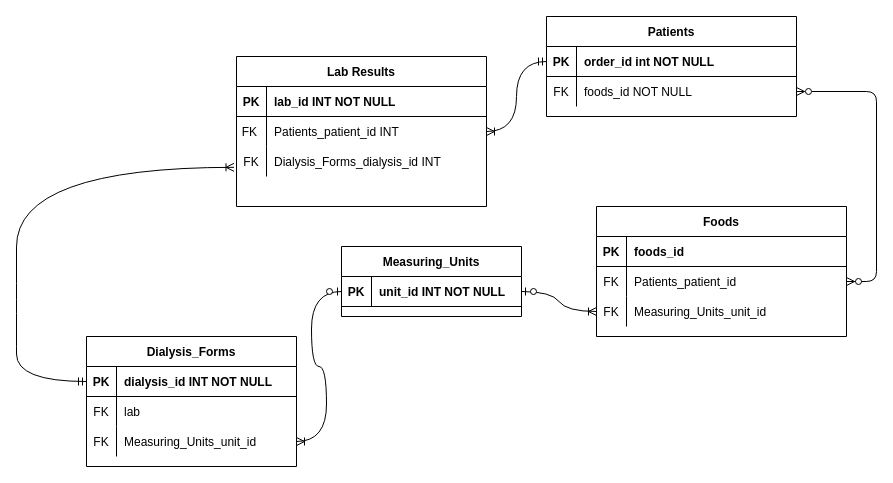
dedenny/Database-Portfolio-My-Kidney-Nutrition-Tracker-Application keeps this draw.io diagram as ER diagram.drawio. Above is the earlier version. Source tidied: cells renumbered, new cells numbered last; positions are measured from the earlier drawing's top-left corner, leaving out a move shared by most shapes. Both pictures are drawn from the tidied source at 100%, with x=0, y=0 at pixel (16, 16).
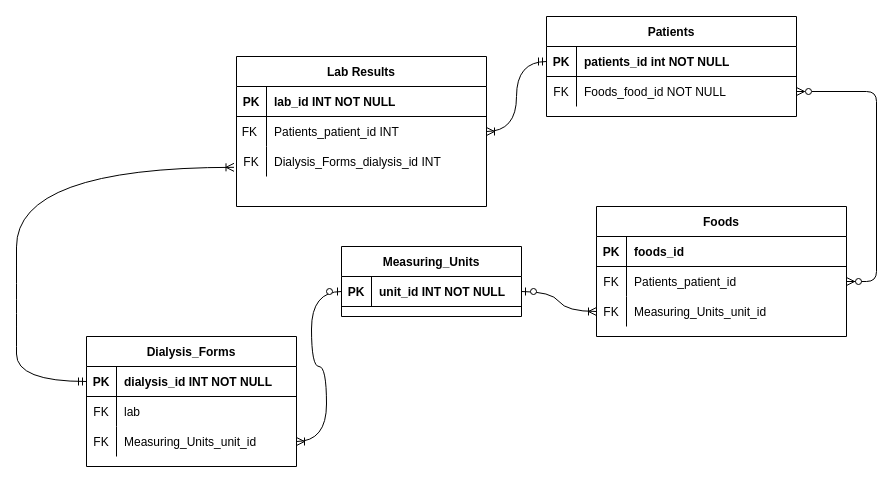
Above is the later version.

Unchanged cells that the change refers to:
```xml
<mxCell id="4" style="shape=partialRectangle;fillColor=none;points=[[0,0.5],[1,0.5]];portConstraint=eastwest;top=0;left=0;right=0;bottom=1;" parent="3" vertex="1">
  <mxGeometry y="30" width="250" height="30" as="geometry" />
</mxCell>
<mxCell id="7" style="shape=partialRectangle;fillColor=none;points=[[0,0.5],[1,0.5]];portConstraint=eastwest;top=0;left=0;right=0;bottom=0;" parent="3" vertex="1">
  <mxGeometry y="60" width="250" height="30" as="geometry" />
</mxCell>
```

Diff of the diagram source:
```diff
@@
-    <mxCell id="6" value="order_id int NOT NULL " style="shape=partialRectangle;overflow=hidden;fillColor=none;top=0;left=0;bottom=0;right=0;align=left;spacingLeft=6;fontStyle=1;" parent="4" vertex="1">
+    <mxCell id="6" value="patients_id int NOT NULL " style="shape=partialRectangle;overflow=hidden;fillColor=none;top=0;left=0;bottom=0;right=0;align=left;spacingLeft=6;fontStyle=1;" parent="4" vertex="1">
       <mxGeometry x="30" width="220" height="30" as="geometry" />
     </mxCell>
@@
-    <mxCell id="9" value="foods_id NOT NULL" style="shape=partialRectangle;overflow=hidden;fillColor=none;top=0;left=0;bottom=0;right=0;align=left;spacingLeft=6;" parent="7" vertex="1">
+    <mxCell id="9" value="Foods_food_id NOT NULL" style="shape=partialRectangle;overflow=hidden;fillColor=none;top=0;left=0;bottom=0;right=0;align=left;spacingLeft=6;" parent="7" vertex="1">
       <mxGeometry x="30" width="220" height="30" as="geometry" />
     </mxCell>
```
